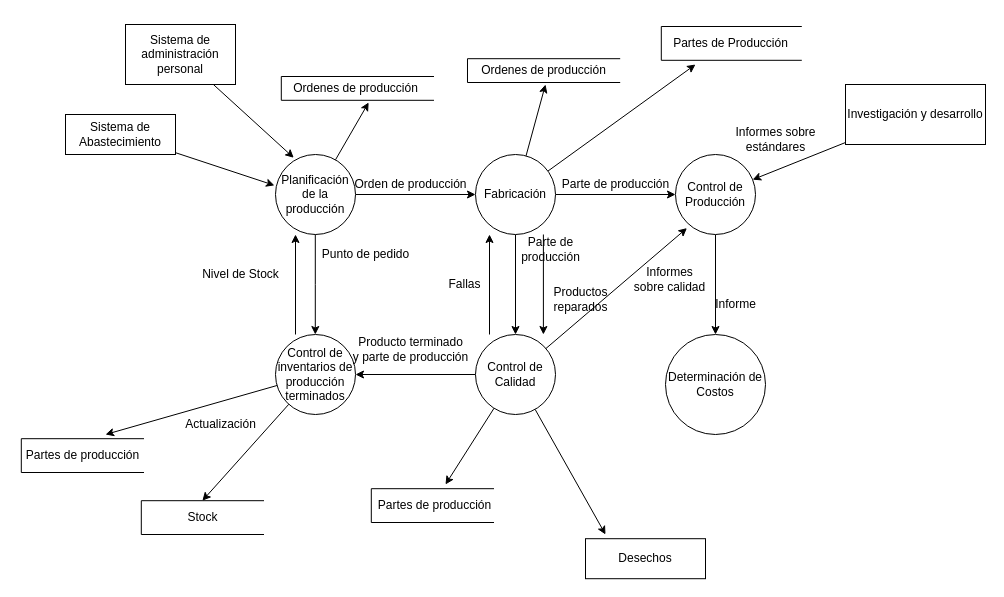
AugustoCarmona/g-sheets_dynamic-reporter keeps this draw.io diagram as pagos.drawio. Above is the earlier version. Source tidied: cells renumbered, new cells numbered last; positions are measured from the earlier drawing's top-left corner, leaving out a move shared by most shapes. Both pictures are drawn from the tidied source at 100%, with x=0, y=0 at pixel (17, -27).
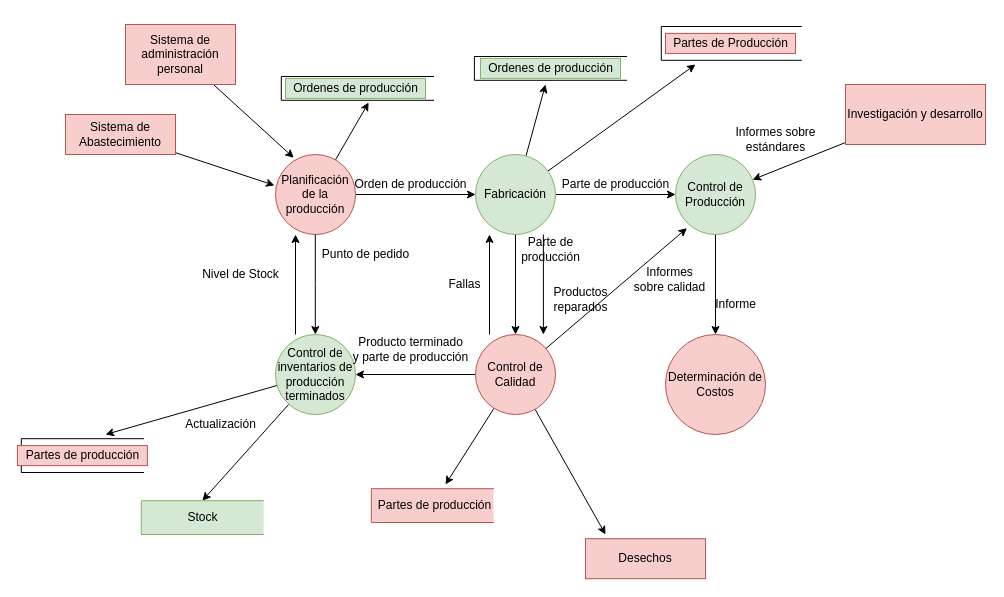
The same diagram, later.

The edit, as a diff of the source:
```diff
@@
-    <mxCell id="4" value="Planificación de la producción" style="ellipse;whiteSpace=wrap;html=1;" parent="1" vertex="1">
+    <mxCell id="4" value="Planificación de la producción" style="ellipse;whiteSpace=wrap;html=1;fillColor=#f8cecc;strokeColor=#b85450;" parent="1" vertex="1">
       <mxGeometry x="258" y="181" width="80" height="80" as="geometry" />
     </mxCell>
@@
-    <mxCell id="9" value="Fabricación" style="ellipse;whiteSpace=wrap;html=1;" parent="1" vertex="1">
+    <mxCell id="9" value="Fabricación" style="ellipse;whiteSpace=wrap;html=1;fillColor=#d5e8d4;strokeColor=#82b366;" parent="1" vertex="1">
       <mxGeometry x="458" y="181" width="80" height="80" as="geometry" />
     </mxCell>
@@
-    <mxCell id="12" value="Control de inventarios de producción terminados" style="ellipse;whiteSpace=wrap;html=1;" parent="1" vertex="1">
+    <mxCell id="12" value="Control de inventarios de producción terminados" style="ellipse;whiteSpace=wrap;html=1;fillColor=#d5e8d4;strokeColor=#82b366;" parent="1" vertex="1">
       <mxGeometry x="258" y="361" width="80" height="80" as="geometry" />
     </mxCell>
@@
-    <mxCell id="17" value="Control de Calidad" style="ellipse;whiteSpace=wrap;html=1;" parent="1" vertex="1">
+    <mxCell id="17" value="Control de Calidad" style="ellipse;whiteSpace=wrap;html=1;fillColor=#f8cecc;strokeColor=#b85450;" parent="1" vertex="1">
       <mxGeometry x="458" y="361" width="80" height="80" as="geometry" />
     </mxCell>
@@
-    <mxCell id="19" value="Control de Producción" style="ellipse;whiteSpace=wrap;html=1;" parent="1" vertex="1">
+    <mxCell id="19" value="Control de Producción" style="ellipse;whiteSpace=wrap;html=1;fillColor=#d5e8d4;strokeColor=#82b366;" parent="1" vertex="1">
       <mxGeometry x="658" y="181" width="80" height="80" as="geometry" />
     </mxCell>
-    <mxCell id="20" value="Determinación de Costos" style="ellipse;whiteSpace=wrap;html=1;" parent="1" vertex="1">
+    <mxCell id="20" value="Determinación de Costos" style="ellipse;whiteSpace=wrap;html=1;fillColor=#f8cecc;strokeColor=#b85450;" parent="1" vertex="1">
       <mxGeometry x="648" y="361" width="100" height="100" as="geometry" />
     </mxCell>
@@
-    <mxCell id="24" value="Investigación y desarrollo" style="rounded=0;whiteSpace=wrap;html=1;" parent="1" vertex="1">
+    <mxCell id="24" value="Investigación y desarrollo" style="rounded=0;whiteSpace=wrap;html=1;fillColor=#f8cecc;strokeColor=#b85450;" parent="1" vertex="1">
       <mxGeometry x="828" y="111" width="140" height="60" as="geometry" />
     </mxCell>
@@
-    <mxCell id="28" value="Sistema de administración personal" style="rounded=0;whiteSpace=wrap;html=1;" parent="1" vertex="1">
+    <mxCell id="28" value="Sistema de administración personal" style="rounded=0;whiteSpace=wrap;html=1;fillColor=#f8cecc;strokeColor=#b85450;" parent="1" vertex="1">
       <mxGeometry x="108" y="51" width="110" height="60" as="geometry" />
     </mxCell>
@@
-    <mxCell id="30" value="Sistema de Abastecimiento" style="rounded=0;whiteSpace=wrap;html=1;" parent="1" vertex="1">
+    <mxCell id="30" value="Sistema de Abastecimiento" style="rounded=0;whiteSpace=wrap;html=1;fillColor=#f8cecc;strokeColor=#b85450;" parent="1" vertex="1">
       <mxGeometry x="48" y="141" width="110" height="40" as="geometry" />
     </mxCell>
@@
-    <mxCell id="32" style="shape=partialRectangle;whiteSpace=wrap;html=1;bottom=1;right=1;left=1;top=0;fillColor=none;routingCenterX=-0.5;rotation=90;" parent="1" vertex="1">
+    <mxCell id="32" style="shape=partialRectangle;whiteSpace=wrap;html=1;bottom=1;right=1;left=1;top=0;fillColor=#d5e8d4;routingCenterX=-0.5;rotation=90;strokeColor=#82b366;" parent="1" vertex="1">
       <mxGeometry x="168" y="483" width="33.8" height="122.2" as="geometry" />
     </mxCell>
-    <mxCell id="33" style="shape=partialRectangle;whiteSpace=wrap;html=1;bottom=1;right=1;left=1;top=0;fillColor=none;routingCenterX=-0.5;rotation=90;" parent="1" vertex="1">
+    <mxCell id="33" style="shape=partialRectangle;whiteSpace=wrap;html=1;bottom=1;right=1;left=1;top=0;fillColor=#f8cecc;routingCenterX=-0.5;rotation=90;strokeColor=#b85450;" parent="1" vertex="1">
       <mxGeometry x="398" y="471" width="33.8" height="122.2" as="geometry" />
     </mxCell>
-    <mxCell id="34" value="Desechos" style="rounded=0;whiteSpace=wrap;html=1;" parent="1" vertex="1">
+    <mxCell id="34" value="Desechos" style="rounded=0;whiteSpace=wrap;html=1;fillColor=#f8cecc;strokeColor=#b85450;" parent="1" vertex="1">
       <mxGeometry x="568" y="565.2" width="120" height="40" as="geometry" />
     </mxCell>
-    <mxCell id="35" value="Ordenes de producción" style="text;html=1;align=center;verticalAlign=middle;strokeColor=none;" parent="1" vertex="1">
+    <mxCell id="35" value="Ordenes de producción" style="text;html=1;align=center;verticalAlign=middle;strokeColor=#82b366;fillColor=#d5e8d4;" parent="1" vertex="1">
       <mxGeometry x="268" y="104.9" width="140" height="20" as="geometry" />
     </mxCell>
@@
-    <mxCell id="37" value="Ordenes de producción" style="text;html=1;align=center;verticalAlign=middle;strokeColor=none;" parent="1" vertex="1">
-      <mxGeometry x="456.1" y="87.1" width="140" height="20" as="geometry" />
+    <mxCell id="37" value="Ordenes de producción" style="text;html=1;align=center;verticalAlign=middle;strokeColor=#82b366;fillColor=#d5e8d4;" parent="1" vertex="1">
+      <mxGeometry x="463" y="84.9" width="140" height="20" as="geometry" />
     </mxCell>
@@
     <mxCell id="39" value="&lt;br&gt;" style="shape=partialRectangle;whiteSpace=wrap;html=1;bottom=1;right=1;left=1;top=0;fillColor=none;routingCenterX=-0.5;rotation=90;" parent="1" vertex="1">
-      <mxGeometry x="514.2" y="21" width="23.8" height="152.2" as="geometry" />
+      <mxGeometry x="521.1" y="18.8" width="23.8" height="152.2" as="geometry" />
     </mxCell>
-    <mxCell id="40" value="Partes de Producción" style="text;html=1;align=center;verticalAlign=middle;strokeColor=none;" parent="1" vertex="1">
+    <mxCell id="40" value="Partes de Producción" style="text;html=1;align=center;verticalAlign=middle;strokeColor=#b85450;fillColor=#f8cecc;" parent="1" vertex="1">
       <mxGeometry x="648" y="59.9" width="130" height="20" as="geometry" />
     </mxCell>
@@
-    <mxCell id="43" value="Partes de producción" style="text;html=1;align=center;verticalAlign=middle;strokeColor=none;" parent="1" vertex="1">
+    <mxCell id="43" value="Partes de producción" style="text;html=1;align=center;verticalAlign=middle;strokeColor=#b85450;fillColor=#f8cecc;" parent="1" vertex="1">
       <mxGeometry x="-0.1" y="472.1" width="130" height="20" as="geometry" />
     </mxCell>
```
